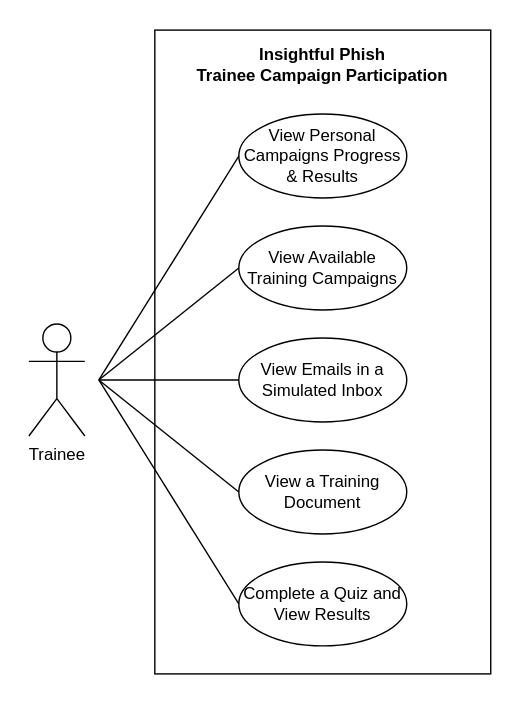
Above: docs/demo4/diagrams/srs/use-cases/trainee-campaign-participation.drawio.svg in COS301-SE-2026/Cybersecurity-Awareness-Training-Platform (draw.io), before the change. Source tidied: cells renumbered, new cells last; positions are measured from the earlier drawing's top-left corner, leaving out a move shared by most shapes. Its diagram source:
```xml
<mxGraphModel>
  <root>
    <mxCell id="0" />
    <mxCell id="1" parent="0" />
    <mxCell id="2" style="rounded=0;whiteSpace=wrap;html=1;fillColor=none;" parent="1" vertex="1">
      <mxGeometry x="90" width="240" height="460" as="geometry" />
    </mxCell>
    <mxCell id="3" value="View Emails in a Simulated Inbox" style="ellipse;whiteSpace=wrap;html=1;" parent="1" vertex="1">
      <mxGeometry x="150" y="220" width="120" height="60" as="geometry" />
    </mxCell>
    <mxCell id="4" value="&lt;p class=&quot;p1&quot;&gt;Insightful Phish&lt;br&gt;Trainee Campaign Participation&lt;/p&gt;" style="text;html=1;whiteSpace=wrap;strokeColor=none;fillColor=none;align=center;verticalAlign=middle;rounded=0;fontStyle=1;" parent="1" vertex="1">
      <mxGeometry x="100" y="10" width="220" height="30" as="geometry" />
    </mxCell>
    <mxCell id="5" value="&lt;div&gt;Trainee&lt;/div&gt;" style="shape=umlActor;verticalLabelPosition=bottom;verticalAlign=top;html=1;" parent="1" vertex="1">
      <mxGeometry y="210" width="40" height="80" as="geometry" />
    </mxCell>
    <mxCell id="6" value="View a Training Document" style="ellipse;whiteSpace=wrap;html=1;" parent="1" vertex="1">
      <mxGeometry x="150" y="300" width="120" height="60" as="geometry" />
    </mxCell>
    <mxCell id="7" value="Complete a Quiz and View Results" style="ellipse;whiteSpace=wrap;html=1;" parent="1" vertex="1">
      <mxGeometry x="150" y="380" width="120" height="60" as="geometry" />
    </mxCell>
    <mxCell id="8" style="endArrow=none;html=1;rounded=0;entryX=0;entryY=0.5;entryDx=0;entryDy=0;" parent="1" edge="1" target="6">
      <mxGeometry relative="1" as="geometry">
        <mxPoint x="50" y="250" as="sourcePoint" />
      </mxGeometry>
    </mxCell>
    <mxCell id="9" style="endArrow=none;html=1;rounded=0;entryX=0;entryY=0.5;entryDx=0;entryDy=0;" parent="1" edge="1" target="7">
      <mxGeometry relative="1" as="geometry">
        <mxPoint x="50" y="250" as="sourcePoint" />
      </mxGeometry>
    </mxCell>
    <mxCell id="10" style="endArrow=none;html=1;rounded=0;entryX=0;entryY=0.5;entryDx=0;entryDy=0;" parent="1" edge="1" target="3">
      <mxGeometry relative="1" as="geometry">
        <mxPoint x="50" y="250" as="sourcePoint" />
      </mxGeometry>
    </mxCell>
    <mxCell id="11" value="View Available Training Campaigns" style="ellipse;whiteSpace=wrap;html=1;" parent="1" vertex="1">
      <mxGeometry x="150" y="140" width="120" height="60" as="geometry" />
    </mxCell>
    <mxCell id="12" value="View Personal Campaigns Progress &amp;amp; Results" style="ellipse;whiteSpace=wrap;html=1;" parent="1" vertex="1">
      <mxGeometry x="150" y="60" width="120" height="60" as="geometry" />
    </mxCell>
    <mxCell id="13" style="endArrow=none;html=1;rounded=0;entryX=0;entryY=0.5;entryDx=0;entryDy=0;" parent="1" edge="1" target="11">
      <mxGeometry relative="1" as="geometry">
        <mxPoint x="50" y="250" as="sourcePoint" />
      </mxGeometry>
    </mxCell>
    <mxCell id="14" style="endArrow=none;html=1;rounded=0;entryX=0;entryY=0.5;entryDx=0;entryDy=0;" parent="1" edge="1" target="12">
      <mxGeometry relative="1" as="geometry">
        <mxPoint x="50" y="250" as="sourcePoint" />
      </mxGeometry>
    </mxCell>
  </root>
</mxGraphModel>
```
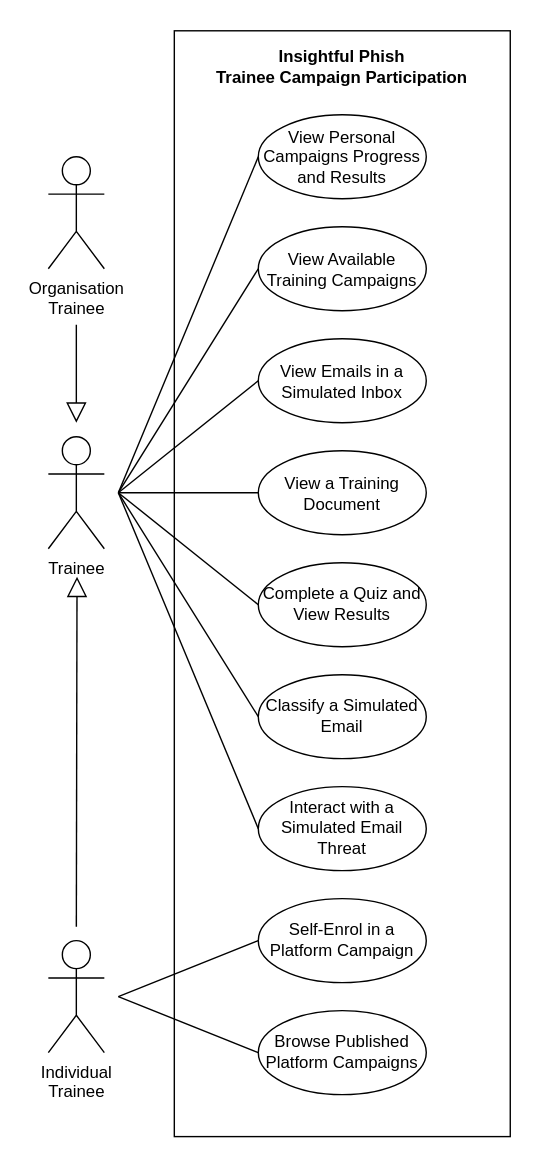
After the commit.

What changed in the source:
```diff
@@ -3,7 +3,7 @@
     <mxCell id="0" />
     <mxCell id="1" parent="0" />
     <mxCell id="2" style="rounded=0;whiteSpace=wrap;html=1;fillColor=none;" parent="1" vertex="1">
-      <mxGeometry x="90" width="240" height="460" as="geometry" />
+      <mxGeometry x="90" width="240" height="790" as="geometry" />
     </mxCell>
     <mxCell id="3" value="View Emails in a Simulated Inbox" style="ellipse;whiteSpace=wrap;html=1;" parent="1" vertex="1">
       <mxGeometry x="150" y="220" width="120" height="60" as="geometry" />
@@ -12,7 +12,7 @@
       <mxGeometry x="100" y="10" width="220" height="30" as="geometry" />
     </mxCell>
     <mxCell id="5" value="&lt;div&gt;Trainee&lt;/div&gt;" style="shape=umlActor;verticalLabelPosition=bottom;verticalAlign=top;html=1;" parent="1" vertex="1">
-      <mxGeometry y="210" width="40" height="80" as="geometry" />
+      <mxGeometry y="290" width="40" height="80" as="geometry" />
     </mxCell>
     <mxCell id="6" value="View a Training Document" style="ellipse;whiteSpace=wrap;html=1;" parent="1" vertex="1">
       <mxGeometry x="150" y="300" width="120" height="60" as="geometry" />
@@ -22,34 +22,84 @@
     </mxCell>
     <mxCell id="8" style="endArrow=none;html=1;rounded=0;entryX=0;entryY=0.5;entryDx=0;entryDy=0;" parent="1" edge="1" target="6">
       <mxGeometry relative="1" as="geometry">
-        <mxPoint x="50" y="250" as="sourcePoint" />
+        <mxPoint x="50" y="330" as="sourcePoint" />
       </mxGeometry>
     </mxCell>
     <mxCell id="9" style="endArrow=none;html=1;rounded=0;entryX=0;entryY=0.5;entryDx=0;entryDy=0;" parent="1" edge="1" target="7">
       <mxGeometry relative="1" as="geometry">
-        <mxPoint x="50" y="250" as="sourcePoint" />
+        <mxPoint x="50" y="330" as="sourcePoint" />
       </mxGeometry>
     </mxCell>
     <mxCell id="10" style="endArrow=none;html=1;rounded=0;entryX=0;entryY=0.5;entryDx=0;entryDy=0;" parent="1" edge="1" target="3">
       <mxGeometry relative="1" as="geometry">
-        <mxPoint x="50" y="250" as="sourcePoint" />
+        <mxPoint x="50" y="330" as="sourcePoint" />
       </mxGeometry>
     </mxCell>
     <mxCell id="11" value="View Available Training Campaigns" style="ellipse;whiteSpace=wrap;html=1;" parent="1" vertex="1">
       <mxGeometry x="150" y="140" width="120" height="60" as="geometry" />
     </mxCell>
-    <mxCell id="12" value="View Personal Campaigns Progress &amp;amp; Results" style="ellipse;whiteSpace=wrap;html=1;" parent="1" vertex="1">
+    <mxCell id="12" value="View Personal Campaigns Progress and Results" style="ellipse;whiteSpace=wrap;html=1;" parent="1" vertex="1">
       <mxGeometry x="150" y="60" width="120" height="60" as="geometry" />
     </mxCell>
     <mxCell id="13" style="endArrow=none;html=1;rounded=0;entryX=0;entryY=0.5;entryDx=0;entryDy=0;" parent="1" edge="1" target="11">
       <mxGeometry relative="1" as="geometry">
-        <mxPoint x="50" y="250" as="sourcePoint" />
+        <mxPoint x="50" y="330" as="sourcePoint" />
       </mxGeometry>
     </mxCell>
     <mxCell id="14" style="endArrow=none;html=1;rounded=0;entryX=0;entryY=0.5;entryDx=0;entryDy=0;" parent="1" edge="1" target="12">
       <mxGeometry relative="1" as="geometry">
-        <mxPoint x="50" y="250" as="sourcePoint" />
+        <mxPoint x="50" y="330" as="sourcePoint" />
       </mxGeometry>
     </mxCell>
+    <mxCell id="15" value="Browse Published Platform Campaigns" style="ellipse;whiteSpace=wrap;html=1;" parent="1" vertex="1">
+      <mxGeometry x="150" y="700" width="120" height="60" as="geometry" />
+    </mxCell>
+    <mxCell id="16" value="Self-Enrol in a Platform Campaign" style="ellipse;whiteSpace=wrap;html=1;" parent="1" vertex="1">
+      <mxGeometry x="150" y="620" width="120" height="60" as="geometry" />
+    </mxCell>
+    <mxCell id="17" value="Classify a Simulated Email" style="ellipse;whiteSpace=wrap;html=1;" parent="1" vertex="1">
+      <mxGeometry x="150" y="460" width="120" height="60" as="geometry" />
+    </mxCell>
+    <mxCell id="18" value="Interact with a Simulated Email Threat" style="ellipse;whiteSpace=wrap;html=1;" parent="1" vertex="1">
+      <mxGeometry x="150" y="540" width="120" height="60" as="geometry" />
+    </mxCell>
+    <mxCell id="19" value="&lt;div&gt;Organisation&lt;br&gt;Trainee&lt;/div&gt;" style="shape=umlActor;verticalLabelPosition=bottom;verticalAlign=top;html=1;" parent="1" vertex="1">
+      <mxGeometry y="90" width="40" height="80" as="geometry" />
+    </mxCell>
+    <mxCell id="20" value="&lt;div&gt;Individual&lt;br&gt;Trainee&lt;/div&gt;" style="shape=umlActor;verticalLabelPosition=bottom;verticalAlign=top;html=1;" parent="1" vertex="1">
+      <mxGeometry y="650" width="40" height="80" as="geometry" />
+    </mxCell>
+    <mxCell id="21" style="endArrow=none;html=1;rounded=0;entryX=0;entryY=0.5;entryDx=0;entryDy=0;" parent="1" edge="1" target="17">
+      <mxGeometry relative="1" as="geometry">
+        <mxPoint x="50" y="330" as="sourcePoint" />
+      </mxGeometry>
+    </mxCell>
+    <mxCell id="22" style="endArrow=none;html=1;rounded=0;entryX=0;entryY=0.5;entryDx=0;entryDy=0;" parent="1" edge="1" target="18">
+      <mxGeometry relative="1" as="geometry">
+        <mxPoint x="50" y="330" as="sourcePoint" />
+      </mxGeometry>
+    </mxCell>
+    <mxCell id="23" style="endArrow=block;html=1;rounded=0;endFill=0;strokeWidth=1;endSize=12;" parent="1" edge="1">
+      <mxGeometry relative="1" as="geometry">
+        <mxPoint x="20" y="640" as="sourcePoint" />
+        <mxPoint x="20.5" y="390" as="targetPoint" />
+      </mxGeometry>
+    </mxCell>
+    <mxCell id="24" style="endArrow=none;html=1;rounded=0;entryX=0;entryY=0.5;entryDx=0;entryDy=0;" parent="1" edge="1" target="16">
+      <mxGeometry relative="1" as="geometry">
+        <mxPoint x="50" y="690" as="sourcePoint" />
+      </mxGeometry>
+    </mxCell>
+    <mxCell id="25" style="endArrow=none;html=1;rounded=0;entryX=0;entryY=0.5;entryDx=0;entryDy=0;" parent="1" edge="1" target="15">
+      <mxGeometry relative="1" as="geometry">
+        <mxPoint x="50" y="690" as="sourcePoint" />
+      </mxGeometry>
+    </mxCell>
+    <mxCell id="26" style="endArrow=block;html=1;rounded=0;endFill=0;strokeWidth=1;endSize=12;" parent="1" edge="1">
+      <mxGeometry relative="1" as="geometry">
+        <mxPoint x="20" y="210" as="sourcePoint" />
+        <mxPoint x="20" y="280" as="targetPoint" />
+      </mxGeometry>
+    </mxCell>
   </root>
 </mxGraphModel>
```
